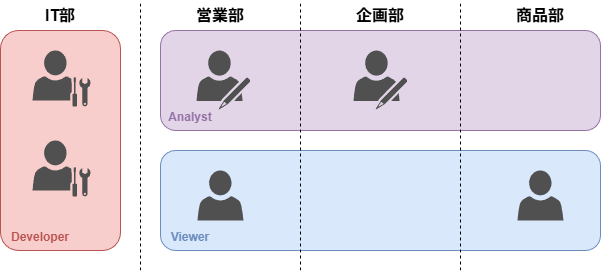
Earlier version of the draw.io export imgs/ロール設計/リテラシー・職責軸.png (nakashimn/docs-data-platform-arhitecture). Source tidied: cells renumbered, new cells last; positions are measured from the earlier drawing's top-left corner, leaving out a move shared by most shapes.
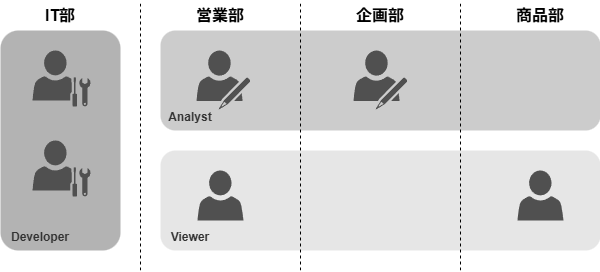
After the change.

What changed in the source:
```diff
@@ -2,10 +2,10 @@
   <root>
     <mxCell id="0" />
     <mxCell id="1" parent="0" />
-    <mxCell id="2" style="rounded=1;whiteSpace=wrap;html=1;fillColor=#f8cecc;strokeColor=#b85450;" parent="1" vertex="1">
+    <mxCell id="2" style="rounded=1;whiteSpace=wrap;html=1;fillColor=#B3B3B3;strokeColor=none;" parent="1" vertex="1">
       <mxGeometry y="30" width="120" height="220" as="geometry" />
     </mxCell>
-    <mxCell id="3" style="rounded=1;whiteSpace=wrap;html=1;fillColor=#e1d5e7;strokeColor=#9673a6;" parent="1" vertex="1">
+    <mxCell id="3" style="rounded=1;whiteSpace=wrap;html=1;fillColor=#CCCCCC;strokeColor=none;" parent="1" vertex="1">
       <mxGeometry x="160" y="30" width="440" height="100" as="geometry" />
     </mxCell>
     <mxCell id="4" style="sketch=0;shadow=0;dashed=0;html=1;strokeColor=none;fillColor=#505050;labelPosition=center;verticalLabelPosition=bottom;verticalAlign=top;align=center;shape=mxgraph.office.users.administrator;" parent="1" vertex="1">
@@ -23,7 +23,7 @@
     <mxCell id="7" style="sketch=0;shadow=0;dashed=0;html=1;strokeColor=none;fillColor=#505050;labelPosition=center;verticalLabelPosition=bottom;verticalAlign=top;align=center;shape=mxgraph.office.users.writer;" parent="1" vertex="1">
       <mxGeometry x="353" y="50" width="54" height="59" as="geometry" />
     </mxCell>
-    <mxCell id="8" style="rounded=1;whiteSpace=wrap;html=1;fillColor=#dae8fc;strokeColor=#6c8ebf;" parent="1" vertex="1">
+    <mxCell id="8" style="rounded=1;whiteSpace=wrap;html=1;fillColor=#E6E6E6;strokeColor=none;" parent="1" vertex="1">
       <mxGeometry x="160" y="150" width="440" height="100" as="geometry" />
     </mxCell>
     <mxCell id="9" style="sketch=0;shadow=0;dashed=0;html=1;strokeColor=none;fillColor=#505050;labelPosition=center;verticalLabelPosition=bottom;verticalAlign=top;align=center;shape=mxgraph.office.users.user;" parent="1" vertex="1">
@@ -59,13 +59,13 @@
     <mxCell id="17" value="商品部" style="text;strokeColor=none;align=center;fillColor=none;html=1;verticalAlign=middle;whiteSpace=wrap;rounded=0;fontStyle=1;fontSize=16;" parent="1" vertex="1">
       <mxGeometry x="510" width="60" height="30" as="geometry" />
     </mxCell>
-    <mxCell id="18" value="&lt;font style=&quot;font-size: 12px; color: light-dark(rgb(184, 84, 80), rgb(237, 237, 237));&quot;&gt;Developer&lt;/font&gt;" style="text;strokeColor=none;align=center;fillColor=none;html=1;verticalAlign=middle;whiteSpace=wrap;rounded=0;fontStyle=1;fontSize=16;fontColor=light-dark(#b85450, #ededed);" parent="1" vertex="1">
+    <mxCell id="18" value="&lt;font style=&quot;font-size: 12px;&quot;&gt;Developer&lt;/font&gt;" style="text;strokeColor=none;align=center;fillColor=none;html=1;verticalAlign=middle;whiteSpace=wrap;rounded=0;fontStyle=1;fontSize=16;fontColor=light-dark(#333333,#EDEDED);" parent="1" vertex="1">
       <mxGeometry x="10" y="220" width="60" height="30" as="geometry" />
     </mxCell>
-    <mxCell id="19" value="&lt;font style=&quot;font-size: 12px; color: light-dark(rgb(108, 142, 191), rgb(237, 237, 237));&quot;&gt;Viewer&lt;/font&gt;" style="text;strokeColor=none;align=center;fillColor=none;html=1;verticalAlign=middle;whiteSpace=wrap;rounded=0;fontStyle=1;fontSize=16;fontColor=light-dark(#b85450, #ededed);" parent="1" vertex="1">
+    <mxCell id="19" value="&lt;font style=&quot;font-size: 12px;&quot;&gt;Viewer&lt;/font&gt;" style="text;strokeColor=none;align=center;fillColor=none;html=1;verticalAlign=middle;whiteSpace=wrap;rounded=0;fontStyle=1;fontSize=16;fontColor=light-dark(#333333,#EDEDED);" parent="1" vertex="1">
       <mxGeometry x="160" y="220" width="60" height="30" as="geometry" />
     </mxCell>
-    <mxCell id="20" value="&lt;font style=&quot;font-size: 12px; color: light-dark(rgb(150, 115, 166), rgb(237, 237, 237));&quot;&gt;Analyst&lt;/font&gt;" style="text;strokeColor=none;align=center;fillColor=none;html=1;verticalAlign=middle;whiteSpace=wrap;rounded=0;fontStyle=1;fontSize=16;fontColor=light-dark(#b85450, #ededed);" parent="1" vertex="1">
+    <mxCell id="20" value="&lt;font style=&quot;font-size: 12px;&quot;&gt;Analyst&lt;/font&gt;" style="text;strokeColor=none;align=center;fillColor=none;html=1;verticalAlign=middle;whiteSpace=wrap;rounded=0;fontStyle=1;fontSize=16;fontColor=light-dark(#333333,#EDEDED);" parent="1" vertex="1">
       <mxGeometry x="160" y="100" width="60" height="30" as="geometry" />
     </mxCell>
   </root>
```
